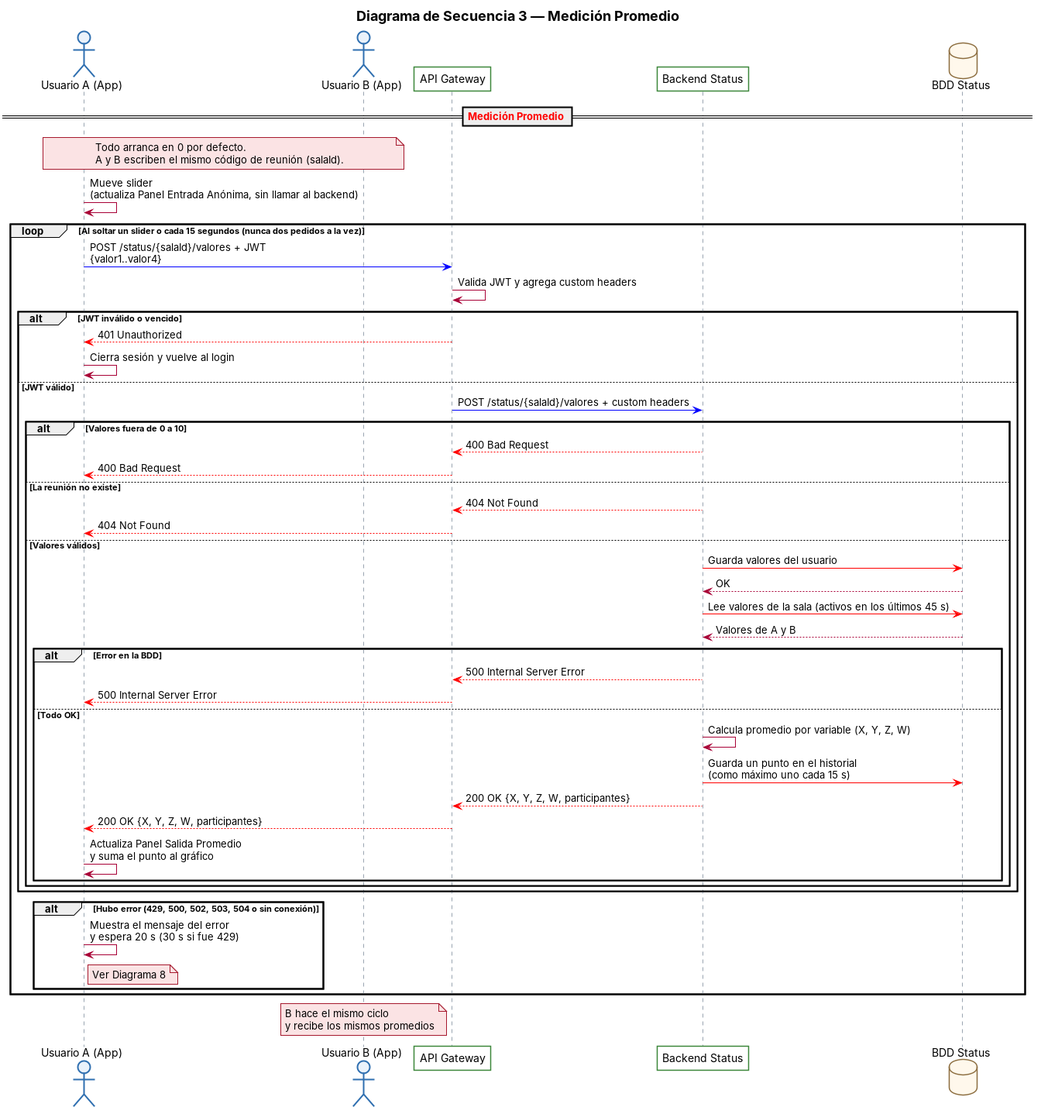
Above: docs/diagramas/4-secuencia-medicion-promedio.png in tatianaperalta2013/panel-asistencia-comunicacion (PlantUML), before the change. Its source is kept beside it as docs/diagramas/4-secuencia-medicion-promedio.puml.
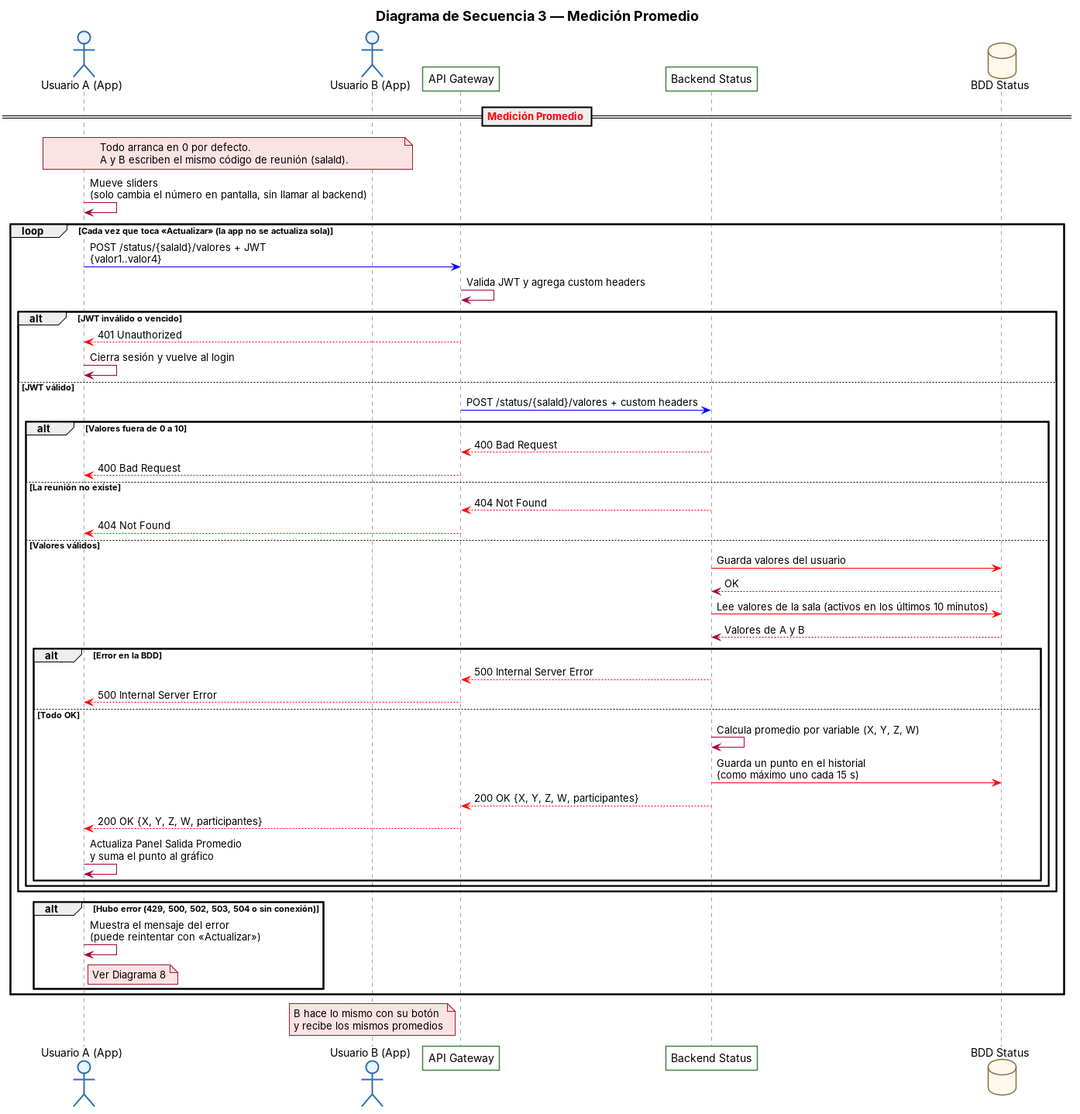
Above is the later version.

What changed in the source:
```diff
@@ -21,9 +21,9 @@
 == <color:red>Medición Promedio</color> ==
 note over A, B: Todo arranca en 0 por defecto.\nA y B escriben el mismo código de reunión (salaId).
 
-A -> A: Mueve slider\n(actualiza Panel Entrada Anónima, sin llamar al backend)
+A -> A: Mueve sliders\n(solo cambia el número en pantalla, sin llamar al backend)
 
-loop Al soltar un slider o cada 15 segundos (nunca dos pedidos a la vez)
+loop Cada vez que toca «Actualizar» (la app no se actualiza sola)
     A -[#blue]> GW: POST /status/{salaId}/valores + JWT\n{valor1..valor4}
     GW -> GW: Valida JWT y agrega custom headers
 
@@ -42,7 +42,7 @@
         else Valores válidos
             ST -[#red]> DB: Guarda valores del usuario
             DB --> ST: OK
-            ST -[#red]> DB: Lee valores de la sala (activos en los últimos 45 s)
+            ST -[#red]> DB: Lee valores de la sala (activos en los últimos 10 minutos)
             DB --> ST: Valores de A y B
 
             alt Error en la BDD
@@ -59,10 +59,10 @@
     end
 
     alt Hubo error (429, 500, 502, 503, 504 o sin conexión)
-        A -> A: Muestra el mensaje del error\ny espera 20 s (30 s si fue 429)
+        A -> A: Muestra el mensaje del error\n(puede reintentar con «Actualizar»)
         note right of A: Ver Diagrama 8
     end
 end
 
-note over B: B hace el mismo ciclo\ny recibe los mismos promedios
+note over B: B hace lo mismo con su botón\ny recibe los mismos promedios
 @enduml
```
